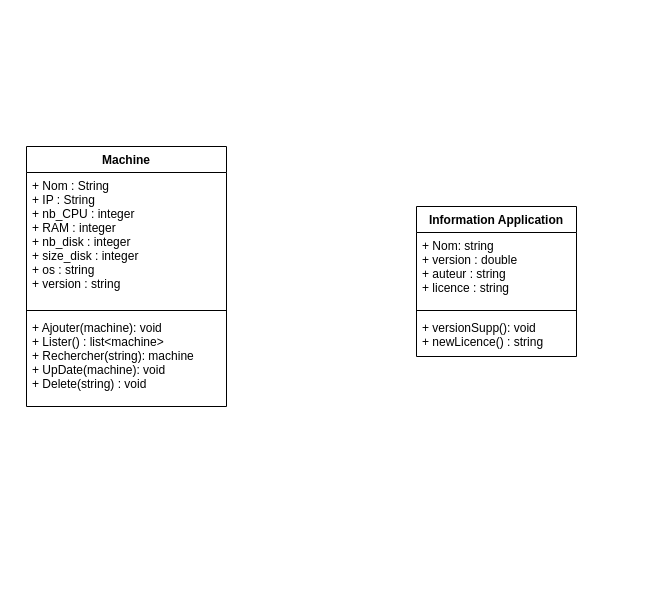
Before: machine.drawio in BoussaaAmine/GestionParcInformatique, a draw.io diagram. Source tidied: cells renumbered, new cells numbered last; positions are measured from the earlier drawing's top-left corner, leaving out a move shared by most shapes. Both pictures are drawn from the tidied source at 100%, with x=0, y=0 at pixel (26, 146).
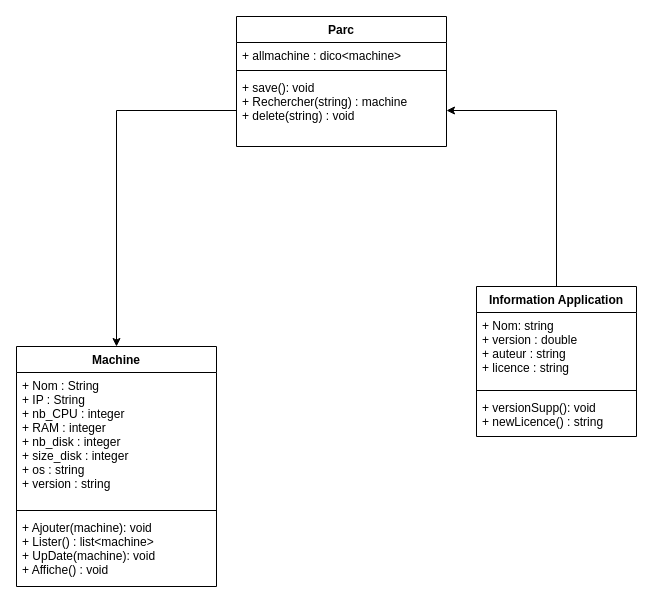
The same diagram, later.

Commit message:
application python

What changed in the source:
```diff
@@
 <mxGraphModel>
   <root>
     <mxCell id="0" />
     <mxCell id="1" parent="0" />
     <mxCell id="2" value="Machine" style="swimlane;fontStyle=1;align=center;verticalAlign=top;horizontal=1;startSize=26;" parent="1" vertex="1">
-      <mxGeometry width="200" height="260" as="geometry" />
+      <mxGeometry x="-10" y="200" width="200" height="240" as="geometry" />
     </mxCell>
     <mxCell id="3" value="+ Nom : String&#10;+ IP : String&#10;+ nb_CPU : integer&#10;+ RAM : integer&#10;+ nb_disk : integer&#10;+ size_disk : integer&#10;+ os : string&#10;+ version : string" style="text;strokeColor=none;fillColor=none;align=left;verticalAlign=top;spacingLeft=4;spacingRight=4;overflow=hidden;" parent="2" vertex="1">
       <mxGeometry y="26" width="200" height="134" as="geometry" />
     </mxCell>
     <mxCell id="4" style="line;strokeWidth=1;fillColor=none;align=left;verticalAlign=middle;spacingTop=-1;spacingLeft=3;spacingRight=3;labelPosition=right;" parent="2" vertex="1">
       <mxGeometry y="160" width="200" height="8" as="geometry" />
     </mxCell>
-    <mxCell id="5" value="+ Ajouter(machine): void&#10;+ Lister() : list&lt;machine&gt;&#10;+ Rechercher(string): machine&#10;+ UpDate(machine): void&#10;+ Delete(string) : void" style="text;strokeColor=none;fillColor=none;align=left;verticalAlign=top;spacingLeft=4;spacingRight=4;overflow=hidden;" parent="2" vertex="1">
-      <mxGeometry y="168" width="200" height="92" as="geometry" />
+    <mxCell id="5" value="+ Ajouter(machine): void&#10;+ Lister() : list&lt;machine&gt;&#10;+ UpDate(machine): void&#10;+ Affiche() : void" style="text;strokeColor=none;fillColor=none;align=left;verticalAlign=top;spacingLeft=4;spacingRight=4;overflow=hidden;" parent="2" vertex="1">
+      <mxGeometry y="168" width="200" height="72" as="geometry" />
     </mxCell>
+    <mxCell id="10" style="edgeStyle=orthogonalEdgeStyle;rounded=0;jettySize=auto;html=1;" parent="1" edge="1" source="6" target="15">
+      <mxGeometry relative="1" as="geometry" />
+    </mxCell>
     <mxCell id="6" value="Information Application" style="swimlane;fontStyle=1;align=center;verticalAlign=top;horizontal=1;startSize=26;" parent="1" vertex="1">
-      <mxGeometry x="390" y="60" width="160" height="150" as="geometry" />
+      <mxGeometry x="450" y="140" width="160" height="150" as="geometry" />
     </mxCell>
     <mxCell id="7" value="+ Nom: string&#10;+ version : double&#10;+ auteur : string&#10;+ licence : string" style="text;strokeColor=none;fillColor=none;align=left;verticalAlign=top;spacingLeft=4;spacingRight=4;overflow=hidden;" parent="6" vertex="1">
       <mxGeometry y="26" width="160" height="74" as="geometry" />
     </mxCell>
     <mxCell id="8" style="line;strokeWidth=1;fillColor=none;align=left;verticalAlign=middle;spacingTop=-1;spacingLeft=3;spacingRight=3;labelPosition=right;" parent="6" vertex="1">
       <mxGeometry y="100" width="160" height="8" as="geometry" />
     </mxCell>
     <mxCell id="9" value="+ versionSupp(): void&#10;+ newLicence() : string" style="text;strokeColor=none;fillColor=none;align=left;verticalAlign=top;spacingLeft=4;spacingRight=4;overflow=hidden;" parent="6" vertex="1">
       <mxGeometry y="108" width="160" height="42" as="geometry" />
     </mxCell>
+    <mxCell id="11" value="Parc" style="swimlane;fontStyle=1;align=center;verticalAlign=top;horizontal=1;startSize=26;" parent="1" vertex="1">
+      <mxGeometry x="210" y="-130" width="210" height="130" as="geometry" />
+    </mxCell>
+    <mxCell id="12" value="+ allmachine : dico&lt;machine&gt;" style="text;strokeColor=none;fillColor=none;align=left;verticalAlign=top;spacingLeft=4;spacingRight=4;overflow=hidden;" parent="11" vertex="1">
+      <mxGeometry y="26" width="210" height="24" as="geometry" />
+    </mxCell>
+    <mxCell id="13" style="line;strokeWidth=1;fillColor=none;align=left;verticalAlign=middle;spacingTop=-1;spacingLeft=3;spacingRight=3;labelPosition=right;" parent="11" vertex="1">
+      <mxGeometry y="50" width="210" as="geometry" />
+    </mxCell>
+    <mxCell id="14" style="line;strokeWidth=1;fillColor=none;align=left;verticalAlign=middle;spacingTop=-1;spacingLeft=3;spacingRight=3;labelPosition=right;" parent="11" vertex="1">
+      <mxGeometry y="50" width="210" height="8" as="geometry" />
+    </mxCell>
+    <mxCell id="15" value="+ save(): void&#10;+ Rechercher(string) : machine&#10;+ delete(string) : void" style="text;strokeColor=none;fillColor=none;align=left;verticalAlign=top;spacingLeft=4;spacingRight=4;overflow=hidden;points=[[0,0.5],[1,0.5]];portConstraint=eastwest;" parent="11" vertex="1">
+      <mxGeometry y="58" width="210" height="72" as="geometry" />
+    </mxCell>
+    <mxCell id="16" style="edgeStyle=orthogonalEdgeStyle;rounded=0;jettySize=auto;html=1;" parent="1" edge="1" source="15" target="2">
+      <mxGeometry relative="1" as="geometry" />
+    </mxCell>
   </root>
 </mxGraphModel>
```
